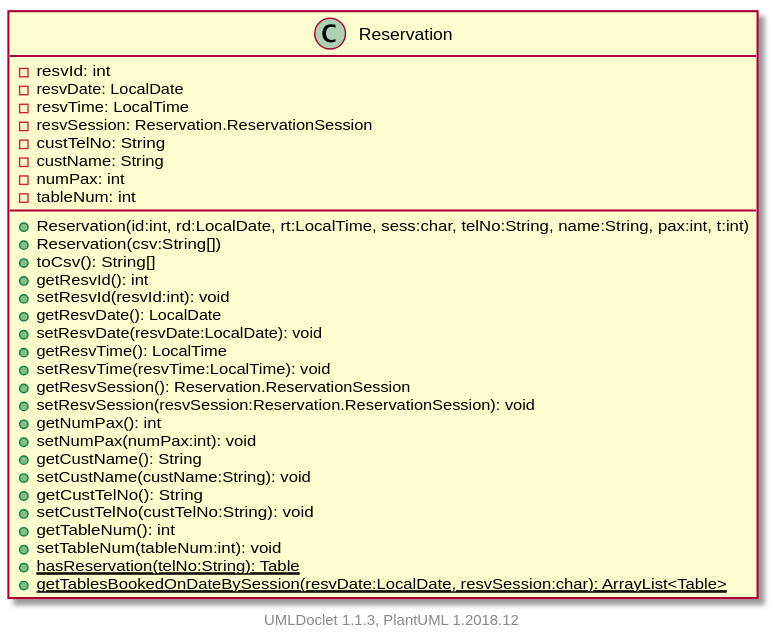
Earlier version of the PlantUML export projects/oodp/html/umlversion/uml/sg.edu.ntu.scse.cz2002.features.Reservation.svg (itachi1706/How-to-use-Git-NTUSCSE1819-Site).
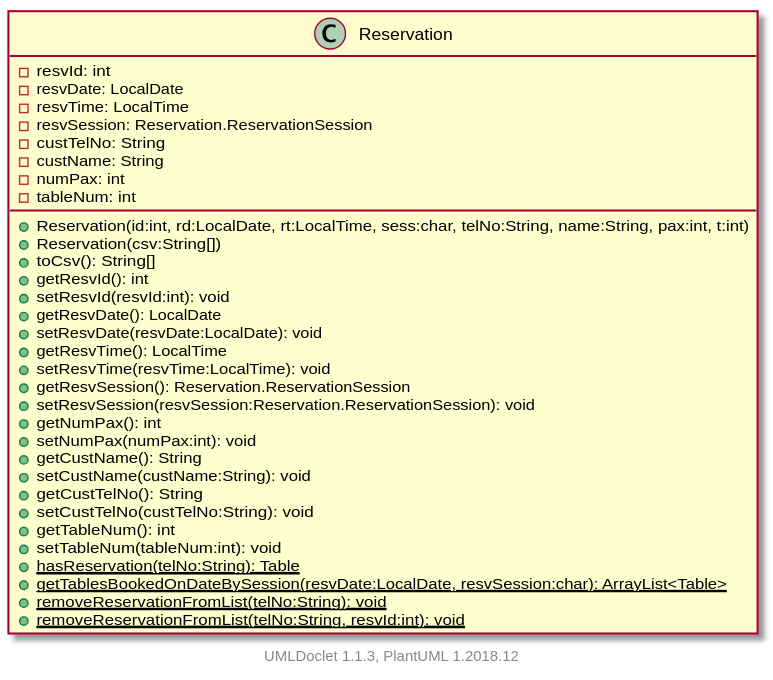
Later version of the same file.

Diff of the diagram source:
```diff
@@ -30,6 +30,8 @@
         +setTableNum(tableNum:int): void
         {static} +hasReservation(telNo:String): Table
         {static} +getTablesBookedOnDateBySession(resvDate:LocalDate, resvSession:char): ArrayList<Table>
+        {static} +removeReservationFromList(telNo:String): void
+        {static} +removeReservationFromList(telNo:String, resvId:int): void
     }
 
 
```
